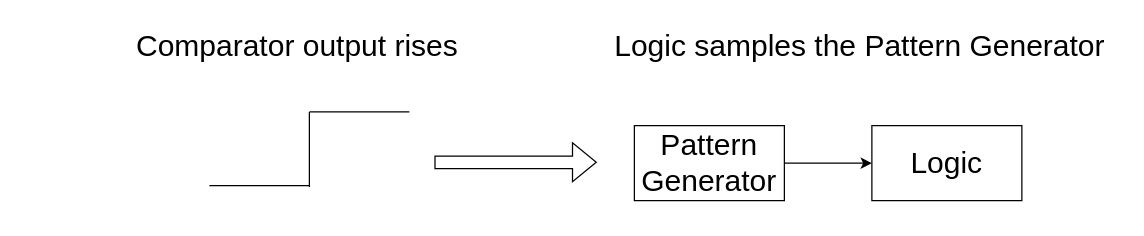
Earlier version of the draw.io diagram Diagrams/testmode.drawio (sabarioded/Patterns_Project). Source tidied: cells renumbered, new cells numbered last; positions are measured from the earlier drawing's top-left corner, leaving out a move shared by most shapes. Both pictures are drawn from the tidied source at 125%, with x=0, y=0 at pixel (121, 21).
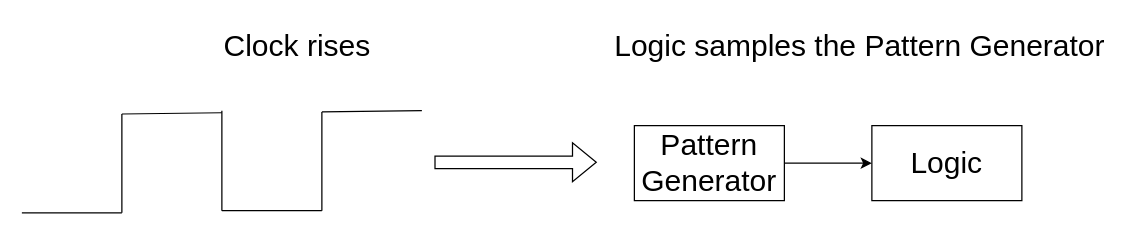
The same page after the edit.

Diff of the diagram source:
```diff
@@
     <mxCell id="2" style="endArrow=none;html=1;rounded=0;" parent="1" edge="1">
       <mxGeometry relative="1" as="geometry">
-        <mxPoint x="70" y="131" as="sourcePoint" />
-        <mxPoint x="150" y="131" as="targetPoint" />
+        <mxPoint x="80" y="151" as="sourcePoint" />
+        <mxPoint x="160" y="151" as="targetPoint" />
       </mxGeometry>
     </mxCell>
     <mxCell id="3" style="endArrow=none;html=1;rounded=0;" parent="1" edge="1">
       <mxGeometry relative="1" as="geometry">
-        <mxPoint x="150" y="132" as="sourcePoint" />
-        <mxPoint x="150" y="72" as="targetPoint" />
+        <mxPoint x="160" y="151" as="sourcePoint" />
+        <mxPoint x="160" y="72" as="targetPoint" />
       </mxGeometry>
     </mxCell>
     <mxCell id="4" style="endArrow=none;html=1;rounded=0;" parent="1" edge="1">
       <mxGeometry relative="1" as="geometry">
-        <mxPoint x="150" y="72" as="sourcePoint" />
-        <mxPoint x="230" y="72" as="targetPoint" />
+        <mxPoint x="160" y="72" as="sourcePoint" />
+        <mxPoint x="240" y="71" as="targetPoint" />
       </mxGeometry>
     </mxCell>
-    <mxCell id="5" value="&lt;font style=&quot;font-size: 24px;&quot;&gt;Comparator output rises&lt;/font&gt;" style="text;html=1;align=center;verticalAlign=middle;strokeColor=none;fillColor=none;" parent="1" vertex="1">
-      <mxGeometry width="280" height="40" as="geometry" />
+    <mxCell id="5" value="&lt;font style=&quot;font-size: 24px;&quot;&gt;Clock rises&lt;/font&gt;" style="text;html=1;align=center;verticalAlign=middle;strokeColor=none;fillColor=none;" parent="1" vertex="1">
+      <mxGeometry x="70" width="140" height="40" as="geometry" />
     </mxCell>
@@
+    <mxCell id="11" style="endArrow=none;html=1;rounded=0;" parent="1" edge="1">
+      <mxGeometry relative="1" as="geometry">
+        <mxPoint x="-80" y="152.7" as="sourcePoint" />
+        <mxPoint y="152.7" as="targetPoint" />
+      </mxGeometry>
+    </mxCell>
+    <mxCell id="12" style="endArrow=none;html=1;rounded=0;" parent="1" edge="1">
+      <mxGeometry relative="1" as="geometry">
+        <mxPoint y="152.7" as="sourcePoint" />
+        <mxPoint y="73.7" as="targetPoint" />
+      </mxGeometry>
+    </mxCell>
+    <mxCell id="13" style="endArrow=none;html=1;rounded=0;" parent="1" edge="1">
+      <mxGeometry relative="1" as="geometry">
+        <mxPoint y="73.7" as="sourcePoint" />
+        <mxPoint x="80" y="72.7" as="targetPoint" />
+      </mxGeometry>
+    </mxCell>
+    <mxCell id="14" style="endArrow=none;html=1;rounded=0;" parent="1" edge="1">
+      <mxGeometry relative="1" as="geometry">
+        <mxPoint x="80" y="151" as="sourcePoint" />
+        <mxPoint x="80" y="71" as="targetPoint" />
+      </mxGeometry>
+    </mxCell>
```
